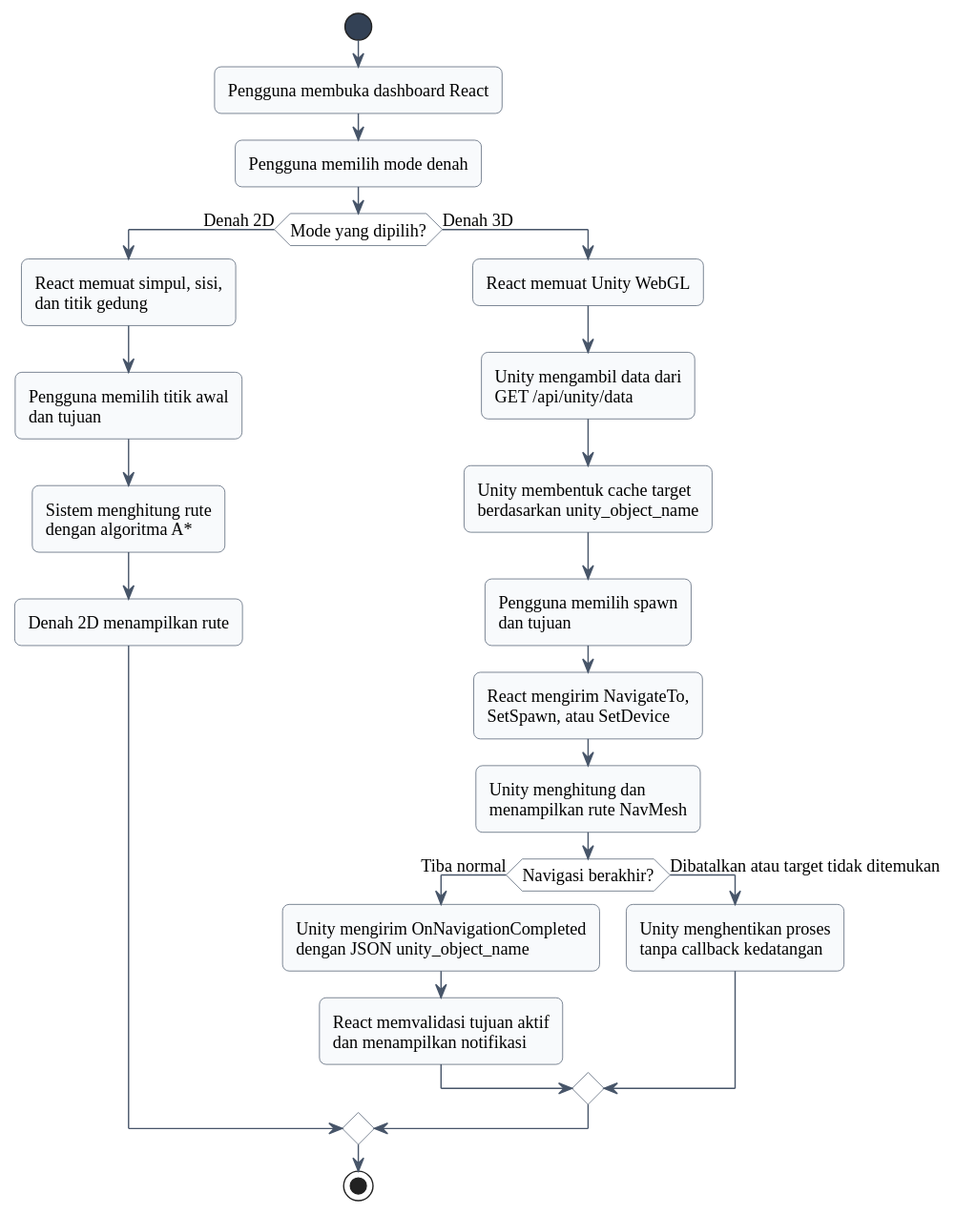
Before: diagrams/gambar-2.14-activity-integrasi-data-denah.svg, a diagram exported from PlantUML (Jokskuyy/workflow-ta-proyek).
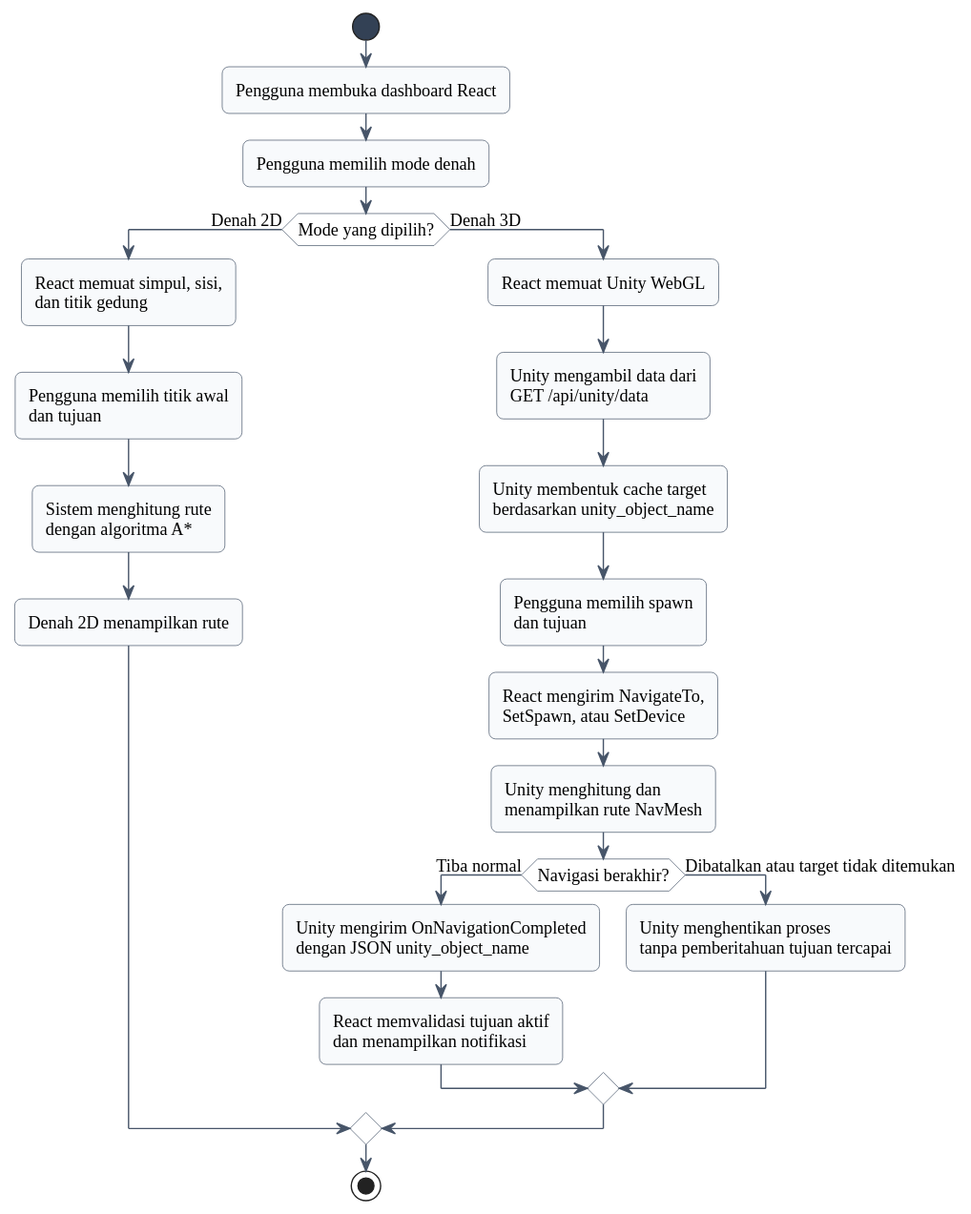
Above is the later version.

The edit, as a diff of the source:
```diff
@@ -34,7 +34,7 @@
     :Unity mengirim OnNavigationCompleted\ndengan JSON unity_object_name;
     :React memvalidasi tujuan aktif\ndan menampilkan notifikasi;
   else (Dibatalkan atau target tidak ditemukan)
-    :Unity menghentikan proses\ntanpa callback kedatangan;
+    :Unity menghentikan proses\ntanpa pemberitahuan tujuan tercapai;
   endif
 endif
 stop
```
